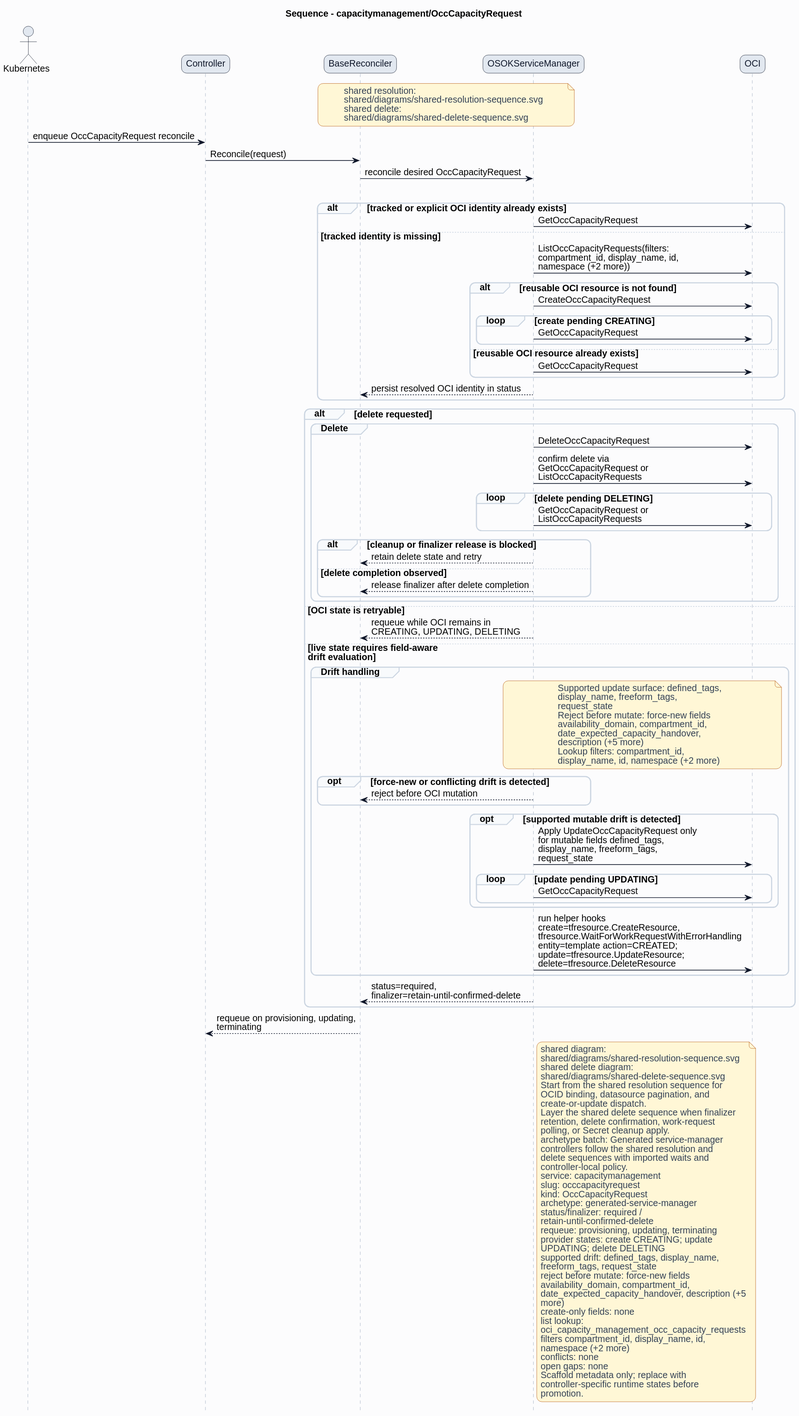
The PlantUML diagram formal/controllers/capacitymanagement/occcapacityrequest/diagrams/sequence.svg in HaoyL666/oci-service-operator, before a commit.
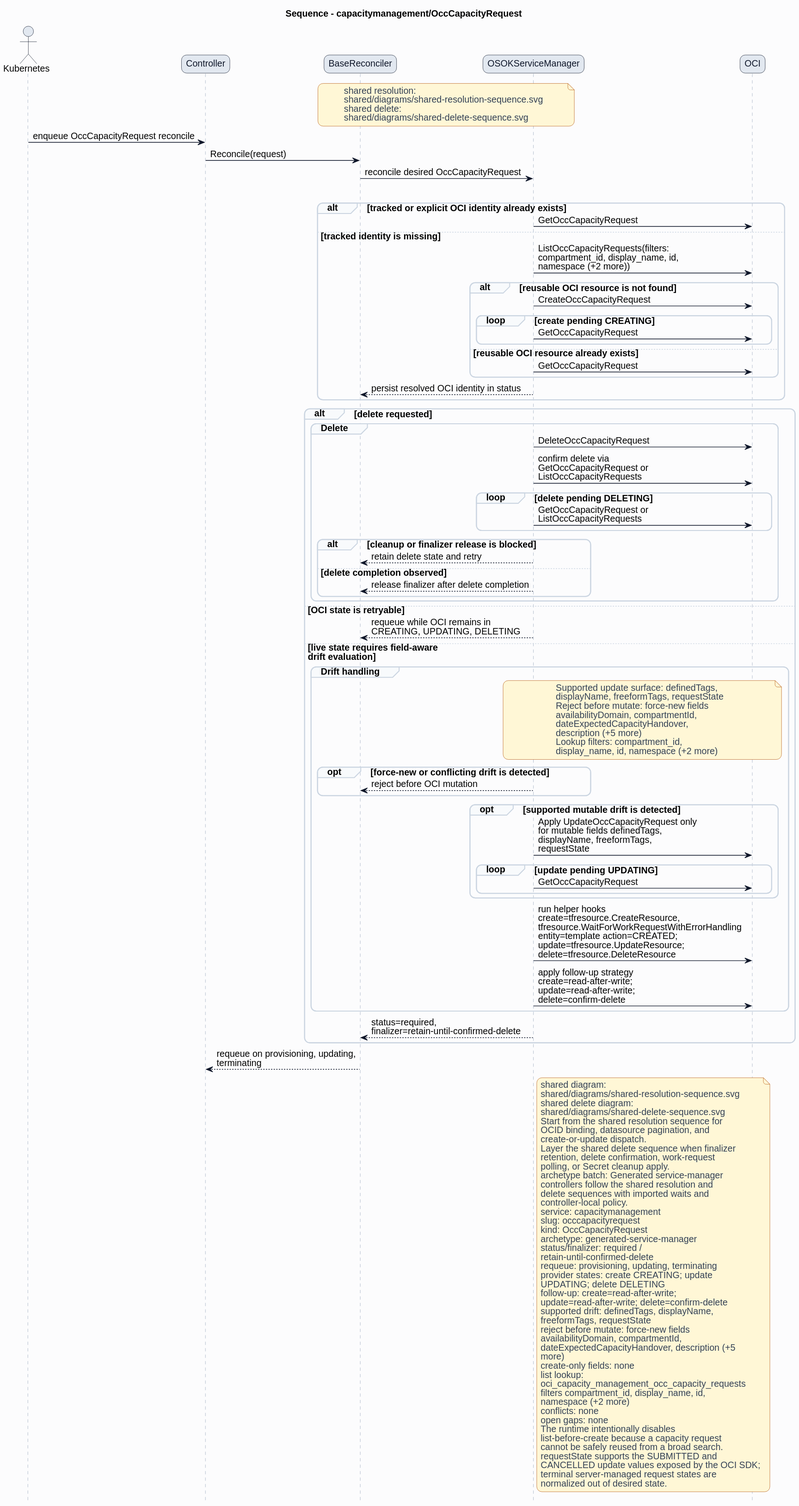
After the change.

Diff of the diagram source:
```diff
@@ -67,12 +67,11 @@
 else live state requires field-aware\ndrift evaluation
 group Drift handling
 note over ServiceManager,OCI
-Supported update surface: defined_tags,
-display_name, freeform_tags,
-request_state
+Supported update surface: definedTags,
+displayName, freeformTags, requestState
 Reject before mutate: force-new fields
-availability_domain, compartment_id,
-date_expected_capacity_handover,
+availabilityDomain, compartmentId,
+dateExpectedCapacityHandover,
 description (+5 more)
 Lookup filters: compartment_id,
 display_name, id, namespace (+2 more)
@@ -81,12 +80,13 @@
 ServiceManager --> BaseReconciler: reject before OCI mutation
 end
 opt supported mutable drift is detected
-ServiceManager -> OCI: Apply UpdateOccCapacityRequest only\nfor mutable fields defined_tags,\ndisplay_name, freeform_tags,\nrequest_state
+ServiceManager -> OCI: Apply UpdateOccCapacityRequest only\nfor mutable fields definedTags,\ndisplayName, freeformTags,\nrequestState
 loop update pending UPDATING
 ServiceManager -> OCI: GetOccCapacityRequest
 end
 end
 ServiceManager -> OCI: run helper hooks\ncreate=tfresource.CreateResource,\ntfresource.WaitForWorkRequestWithErrorHandling\nentity=template action=CREATED;\nupdate=tfresource.UpdateResource;\ndelete=tfresource.DeleteResource
+ServiceManager -> OCI: apply follow-up strategy\ncreate=read-after-write;\nupdate=read-after-write;\ndelete=confirm-delete
 end
 ServiceManager --> BaseReconciler: status=required,\nfinalizer=retain-until-confirmed-delete
 end
@@ -115,11 +115,13 @@
 requeue: provisioning, updating, terminating
 provider states: create CREATING; update
 UPDATING; delete DELETING
-supported drift: defined_tags, display_name,
-freeform_tags, request_state
+follow-up: create=read-after-write;
+update=read-after-write; delete=confirm-delete
+supported drift: definedTags, displayName,
+freeformTags, requestState
 reject before mutate: force-new fields
-availability_domain, compartment_id,
-date_expected_capacity_handover, description (+5
+availabilityDomain, compartmentId,
+dateExpectedCapacityHandover, description (+5
 more)
 create-only fields: none
 list lookup:
@@ -128,8 +130,12 @@
 namespace (+2 more)
 conflicts: none
 open gaps: none
-Scaffold metadata only; replace with
-controller-specific runtime states before
-promotion.
+The runtime intentionally disables
+list-before-create because a capacity request
+cannot be safely reused from a broad search.
+requestState supports the SUBMITTED and
+CANCELLED update values exposed by the OCI SDK;
+terminal server-managed request states are
+normalized out of desired state.
 end note
 @enduml
```
